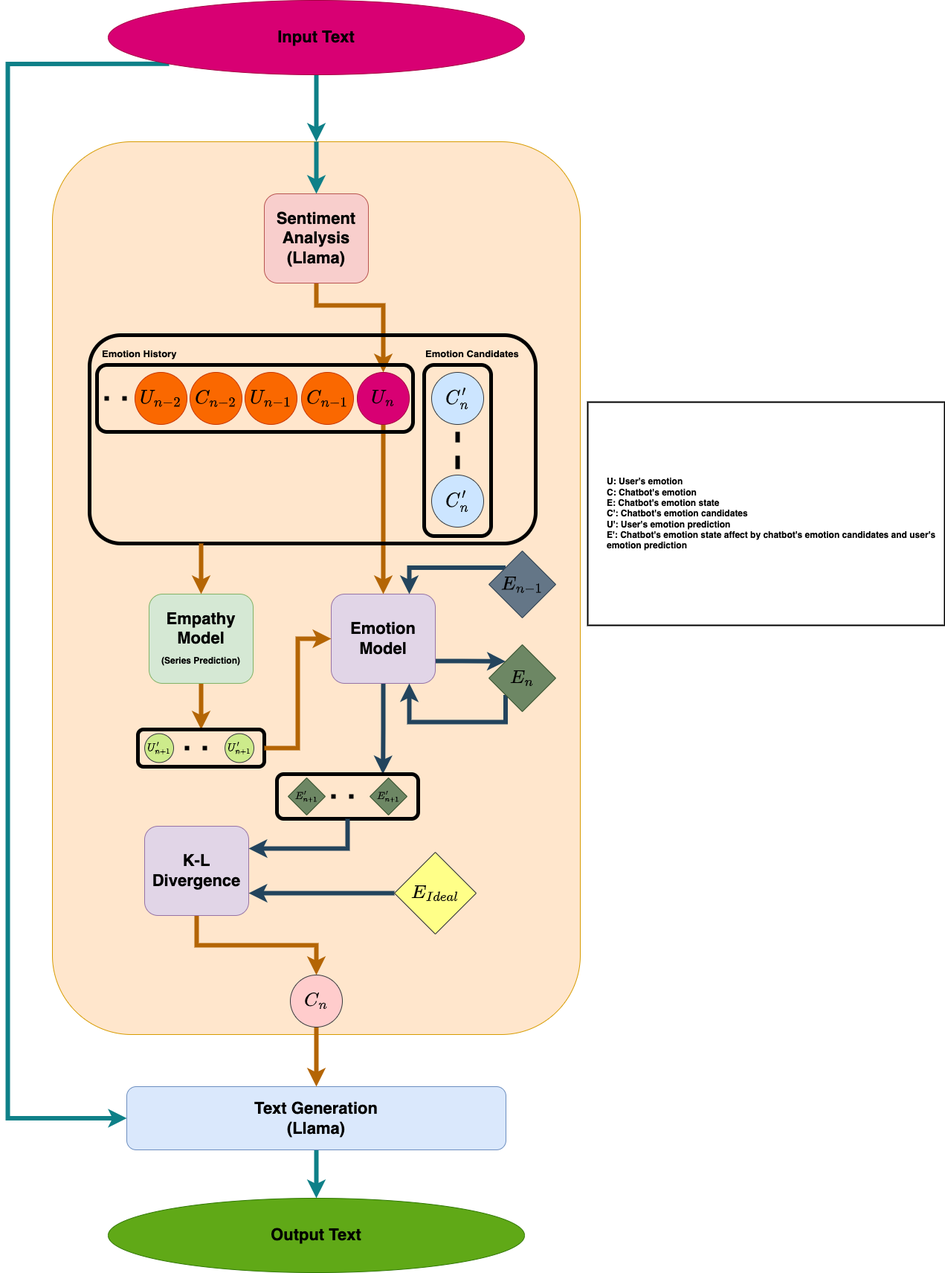
Before: Model_Architecture.png, a diagram exported from draw.io (hermeschen1116/emotion-chat-bot). Source tidied: cells renumbered, new cells last; positions are measured from the earlier drawing's top-left corner, leaving out a move shared by most shapes.
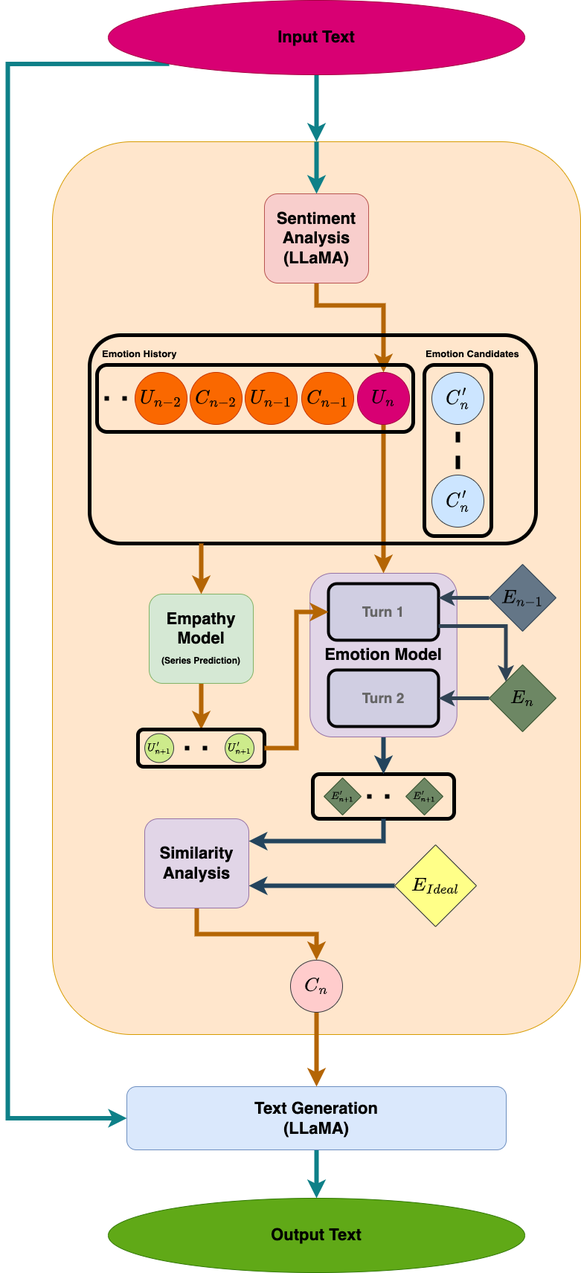
Above is the later version.

What changed in the source:
```diff
@@ -25,7 +25,7 @@
     <mxCell id="7" style="edgeStyle=orthogonalEdgeStyle;rounded=0;jettySize=auto;html=1;exitX=0.5;exitY=0;exitDx=0;exitDy=0;entryX=0.5;entryY=0;entryDx=0;entryDy=0;strokeColor=#0e8088;strokeWidth=6;fontColor=#000000;endArrow=classic;endFill=1;fillColor=#b0e3e6;" parent="1" edge="1" source="6" target="13">
       <mxGeometry relative="1" as="geometry" />
     </mxCell>
-    <mxCell id="8" value="Text Generation&lt;br style=&quot;font-size: 22px;&quot;&gt;(Llama)" style="rounded=1;whiteSpace=wrap;html=1;fontFamily=Helvetica;fillColor=#dae8fc;strokeColor=#6c8ebf;fontStyle=1;fontColor=#000000;fontSize=22;" parent="1" vertex="1">
+    <mxCell id="8" value="Text Generation&lt;br style=&quot;font-size: 22px;&quot;&gt;(LLaMA)" style="rounded=1;whiteSpace=wrap;html=1;fontFamily=Helvetica;fillColor=#dae8fc;strokeColor=#6c8ebf;fontStyle=1;fontColor=#000000;fontSize=22;" parent="1" vertex="1">
       <mxGeometry x="160" y="1460" width="510" height="85" as="geometry" />
     </mxCell>
     <mxCell id="9" value="Output Text" style="ellipse;whiteSpace=wrap;html=1;fontStyle=1;fontSize=22;fillColor=#60a917;strokeColor=#2D7600;fontColor=#000000;fontFamily=Helvetica;" parent="1" vertex="1">
@@ -45,23 +45,11 @@
         </Array>
       </mxGeometry>
     </mxCell>
-    <mxCell id="13" value="Sentiment&lt;br&gt;Analysis&lt;br&gt;(Llama)" style="rounded=1;whiteSpace=wrap;html=1;fillColor=#f8cecc;strokeColor=#b85450;fontSize=22;fontStyle=1;fontColor=#000000;" parent="1" vertex="1">
+    <mxCell id="13" value="Sentiment&lt;br&gt;Analysis&lt;br&gt;(LLaMA)" style="rounded=1;whiteSpace=wrap;html=1;fillColor=#f8cecc;strokeColor=#b85450;fontSize=22;fontStyle=1;fontColor=#000000;" parent="1" vertex="1">
       <mxGeometry x="345" y="260" width="140" height="120" as="geometry" />
     </mxCell>
-    <mxCell id="14" style="edgeStyle=orthogonalEdgeStyle;rounded=0;jettySize=auto;html=1;exitX=1;exitY=0.75;exitDx=0;exitDy=0;entryX=0;entryY=0;entryDx=0;entryDy=0;strokeColor=#23445d;strokeWidth=6;fontColor=#000000;endArrow=classic;endFill=1;fillColor=#bac8d3;" parent="1" edge="1" source="16" target="26">
-      <mxGeometry relative="1" as="geometry" />
-    </mxCell>
-    <mxCell id="15" style="edgeStyle=orthogonalEdgeStyle;rounded=0;jettySize=auto;html=1;exitX=0.5;exitY=1;exitDx=0;exitDy=0;entryX=0.75;entryY=0;entryDx=0;entryDy=0;strokeColor=#23445d;strokeWidth=6;fontColor=#000000;endArrow=classic;endFill=1;fillColor=#bac8d3;" parent="1" edge="1" source="16" target="30">
-      <mxGeometry relative="1" as="geometry" />
-    </mxCell>
-    <mxCell id="16" value="Emotion&lt;br&gt;Model" style="rounded=1;whiteSpace=wrap;html=1;fillColor=#e1d5e7;strokeColor=#9673a6;fontSize=22;fontStyle=1;fontColor=#000000;" parent="1" vertex="1">
-      <mxGeometry x="435" y="798" width="140" height="120" as="geometry" />
-    </mxCell>
-    <mxCell id="17" style="edgeStyle=orthogonalEdgeStyle;rounded=0;jettySize=auto;html=1;exitX=0;exitY=0;exitDx=0;exitDy=0;entryX=0.75;entryY=0;entryDx=0;entryDy=0;strokeColor=#23445d;strokeWidth=6;fontColor=#000000;endArrow=classic;endFill=1;fillColor=#bac8d3;" parent="1" edge="1" source="18" target="16">
-      <mxGeometry relative="1" as="geometry" />
-    </mxCell>
     <mxCell id="18" value="$$E_{n-1}$$" style="rhombus;whiteSpace=wrap;html=1;strokeColor=#314354;strokeWidth=1;fontSize=22;fontColor=#000000;fillColor=#647687;" parent="1" vertex="1">
-      <mxGeometry x="647" y="740" width="90" height="90" as="geometry" />
+      <mxGeometry x="647" y="758" width="90" height="90" as="geometry" />
     </mxCell>
     <mxCell id="19" style="edgeStyle=orthogonalEdgeStyle;rounded=0;jettySize=auto;html=1;exitX=0.5;exitY=1;exitDx=0;exitDy=0;entryX=0.5;entryY=0;entryDx=0;entryDy=0;strokeColor=#b46504;strokeWidth=6;fontSize=22;fontColor=#000000;fillColor=#fad7ac;" parent="1" edge="1" source="49" target="16">
       <mxGeometry relative="1" as="geometry" />
@@ -84,19 +72,11 @@
         <mxPoint x="106.8" y="25" as="targetPoint" />
       </mxGeometry>
     </mxCell>
-    <mxCell id="25" style="edgeStyle=orthogonalEdgeStyle;rounded=0;jettySize=auto;html=1;exitX=0;exitY=1;exitDx=0;exitDy=0;entryX=0.75;entryY=1;entryDx=0;entryDy=0;strokeColor=#23445d;strokeWidth=6;fontSize=12;fontColor=#000000;fillColor=#bac8d3;" parent="1" edge="1" source="26" target="16">
-      <mxGeometry relative="1" as="geometry">
-        <Array as="points">
-          <mxPoint x="670" y="970" />
-          <mxPoint x="540" y="970" />
-        </Array>
-      </mxGeometry>
-    </mxCell>
     <mxCell id="26" value="$$E_n$$" style="rhombus;whiteSpace=wrap;html=1;strokeColor=#3A5431;strokeWidth=1;fontSize=22;fontColor=#000000;fillColor=#6d8764;" parent="1" vertex="1">
-      <mxGeometry x="647" y="866" width="90" height="90" as="geometry" />
+      <mxGeometry x="647" y="893" width="90" height="90" as="geometry" />
     </mxCell>
     <mxCell id="27" style="group;" parent="1" vertex="1">
-      <mxGeometry x="362" y="1040" width="190" height="60" as="geometry" />
+      <mxGeometry x="410" y="1040" width="190" height="60" as="geometry" />
     </mxCell>
     <mxCell id="28" value="$$E_{n+1}'$$" style="rhombus;whiteSpace=wrap;html=1;strokeColor=#3A5431;strokeWidth=1;fontSize=12;fontColor=#000000;fillColor=#6d8764;" parent="27" vertex="1">
       <mxGeometry x="15" y="5" width="50" height="50" as="geometry" />
@@ -117,23 +97,20 @@
       <mxGeometry relative="1" as="geometry" />
     </mxCell>
     <mxCell id="33" value="$$E_{Ideal}&lt;br&gt;$$" style="rhombus;whiteSpace=wrap;html=1;strokeColor=#36393d;strokeWidth=1;fontSize=22;fillColor=#ffff88;fontColor=#000000;" parent="1" vertex="1">
-      <mxGeometry x="520" y="1145" width="110" height="110" as="geometry" />
+      <mxGeometry x="520" y="1135" width="110" height="110" as="geometry" />
     </mxCell>
     <mxCell id="34" style="edgeStyle=orthogonalEdgeStyle;rounded=0;jettySize=auto;html=1;exitX=0.5;exitY=1;exitDx=0;exitDy=0;entryX=0.5;entryY=0;entryDx=0;entryDy=0;strokeColor=#b46504;strokeWidth=6;fontSize=12;fontColor=#000000;fillColor=#fad7ac;" parent="1" edge="1" source="35" target="37">
       <mxGeometry relative="1" as="geometry" />
     </mxCell>
-    <mxCell id="35" value="K-L&lt;br&gt;Divergence" style="rounded=1;whiteSpace=wrap;html=1;fillColor=#e1d5e7;strokeColor=#9673a6;fontSize=22;fontStyle=1;fontColor=#000000;" parent="1" vertex="1">
-      <mxGeometry x="184" y="1110" width="140" height="120" as="geometry" />
+    <mxCell id="35" value="Similarity&lt;br&gt;Analysis" style="rounded=1;whiteSpace=wrap;html=1;fillColor=#e1d5e7;strokeColor=#9673a6;fontSize=22;fontStyle=1;fontColor=#000000;" parent="1" vertex="1">
+      <mxGeometry x="184" y="1100" width="140" height="120" as="geometry" />
     </mxCell>
     <mxCell id="36" style="edgeStyle=orthogonalEdgeStyle;rounded=0;jettySize=auto;html=1;exitX=0.5;exitY=1;exitDx=0;exitDy=0;strokeColor=#b46504;strokeWidth=6;fontSize=12;fontColor=#000000;fillColor=#fad7ac;" parent="1" edge="1" source="37" target="8">
       <mxGeometry relative="1" as="geometry" />
     </mxCell>
     <mxCell id="37" value="$$C_&lt;br&gt;n$$" style="ellipse;whiteSpace=wrap;html=1;fontSize=22;fillColor=#ffcccc;strokeColor=#36393d;fontStyle=1;flipH=1;fontColor=#000000;" parent="1" vertex="1">
-      <mxGeometry x="380" y="1310" width="70" height="70" as="geometry" />
+      <mxGeometry x="380" y="1290" width="70" height="70" as="geometry" />
     </mxCell>
-    <mxCell id="38" value="&lt;font style=&quot;font-size: 12px;&quot;&gt;&lt;b style=&quot;font-size: 12px;&quot;&gt;U&lt;/b&gt;&lt;/font&gt;&lt;b style=&quot;font-size: 12px;&quot;&gt;: User's emotion&lt;/b&gt;&lt;br style=&quot;font-size: 12px;&quot;&gt;&lt;div style=&quot;font-size: 12px;&quot;&gt;&lt;span style=&quot;font-size: 12px;&quot;&gt;&lt;b style=&quot;font-size: 12px;&quot;&gt;C: Chatbot's emotion&lt;/b&gt;&lt;/span&gt;&lt;/div&gt;&lt;div style=&quot;font-size: 12px;&quot;&gt;&lt;span style=&quot;font-size: 12px;&quot;&gt;&lt;b style=&quot;font-size: 12px;&quot;&gt;E: Chatbot's emotion state&lt;/b&gt;&lt;/span&gt;&lt;/div&gt;&lt;div style=&quot;font-size: 12px;&quot;&gt;&lt;span style=&quot;font-size: 12px;&quot;&gt;&lt;b style=&quot;font-size: 12px;&quot;&gt;C': Chatbot's emotion candidates&lt;/b&gt;&lt;/span&gt;&lt;/div&gt;&lt;div style=&quot;font-size: 12px;&quot;&gt;&lt;span style=&quot;font-size: 12px;&quot;&gt;&lt;b style=&quot;font-size: 12px;&quot;&gt;U': User's emotion prediction&lt;/b&gt;&lt;/span&gt;&lt;/div&gt;&lt;div style=&quot;font-size: 12px;&quot;&gt;&lt;span style=&quot;font-size: 12px;&quot;&gt;&lt;b style=&quot;font-size: 12px;&quot;&gt;E': Chatbot's emotion state affect by chatbot's emotion candidates and user's emotion prediction&lt;/b&gt;&lt;/span&gt;&lt;/div&gt;" style="rounded=0;whiteSpace=wrap;html=1;strokeColor=#000000;strokeWidth=2;fontSize=12;fontColor=#000000;fillColor=#FFFFFF;align=left;spacingLeft=24;" parent="1" vertex="1">
-      <mxGeometry x="780" y="540" width="480" height="300" as="geometry" />
-    </mxCell>
     <mxCell id="39" style="group;" parent="1" vertex="1">
       <mxGeometry x="110" y="450" width="650" height="280" as="geometry" />
     </mxCell>
@@ -197,11 +174,35 @@
     <mxCell id="57" style="edgeStyle=orthogonalEdgeStyle;rounded=0;jettySize=auto;html=1;exitX=0.25;exitY=1;exitDx=0;exitDy=0;entryX=0.5;entryY=0;entryDx=0;entryDy=0;strokeColor=#b46504;strokeWidth=6;fontColor=#000000;endArrow=classic;endFill=1;fillColor=#fad7ac;" parent="1" edge="1" source="40" target="11">
       <mxGeometry relative="1" as="geometry" />
     </mxCell>
+    <mxCell id="59" style="edgeStyle=orthogonalEdgeStyle;rounded=0;jettySize=auto;html=1;exitX=0.5;exitY=1;exitDx=0;exitDy=0;entryX=1;entryY=0.25;entryDx=0;entryDy=0;strokeColor=#23445d;strokeWidth=6;fontColor=#000000;endArrow=classic;endFill=1;fillColor=#bac8d3;" parent="1" edge="1" source="30" target="35">
+      <mxGeometry relative="1" as="geometry" />
+    </mxCell>
+    <mxCell id="15" style="edgeStyle=orthogonalEdgeStyle;rounded=0;jettySize=auto;html=1;exitX=0.5;exitY=1;exitDx=0;exitDy=0;strokeColor=#23445d;strokeWidth=6;fontColor=#000000;endArrow=classic;endFill=1;fillColor=#bac8d3;" parent="1" edge="1" source="62" target="30">
+      <mxGeometry relative="1" as="geometry" />
+    </mxCell>
+    <mxCell id="60" style="group;" parent="1" vertex="1">
+      <mxGeometry x="406.2" y="770" width="197.5" height="220" as="geometry" />
+    </mxCell>
+    <mxCell id="16" value="Emotion Model" style="rounded=1;whiteSpace=wrap;html=1;fillColor=#e1d5e7;strokeColor=#9673a6;fontSize=22;fontStyle=1;fontColor=#000000;" parent="60" vertex="1">
+      <mxGeometry width="197.5" height="220" as="geometry" />
+    </mxCell>
+    <mxCell id="61" value="Turn 1" style="rounded=1;whiteSpace=wrap;html=1;fillColor=#d0cee2;strokeColor=#000000;strokeWidth=4;fontStyle=1;fontSize=19;fontColor=#666666;" parent="60" vertex="1">
+      <mxGeometry x="24.8" y="14" width="148" height="76" as="geometry" />
+    </mxCell>
+    <mxCell id="62" value="&lt;span style=&quot;font-size: 19px; font-weight: 700;&quot;&gt;Turn 2&lt;/span&gt;" style="rounded=1;whiteSpace=wrap;html=1;fillColor=#d0cee2;strokeColor=#000000;strokeWidth=4;fontColor=#666666;" parent="60" vertex="1">
+      <mxGeometry x="24.8" y="130" width="148" height="76" as="geometry" />
+    </mxCell>
+    <mxCell id="63" style="edgeStyle=orthogonalEdgeStyle;rounded=0;jettySize=auto;html=1;exitX=0;exitY=0.5;exitDx=0;exitDy=0;entryX=1;entryY=0.5;entryDx=0;entryDy=0;strokeWidth=5;fillColor=#647687;strokeColor=#314354;" parent="1" edge="1" source="26" target="62">
+      <mxGeometry relative="1" as="geometry" />
+    </mxCell>
+    <mxCell id="64" style="edgeStyle=orthogonalEdgeStyle;rounded=0;jettySize=auto;html=1;exitX=0;exitY=0.5;exitDx=0;exitDy=0;entryX=1;entryY=0.25;entryDx=0;entryDy=0;strokeWidth=5;fillColor=#647687;strokeColor=#314354;" parent="1" edge="1" source="18" target="61">
+      <mxGeometry relative="1" as="geometry" />
+    </mxCell>
+    <mxCell id="65" style="edgeStyle=orthogonalEdgeStyle;rounded=0;jettySize=auto;html=1;exitX=1;exitY=0.75;exitDx=0;exitDy=0;entryX=0;entryY=0;entryDx=0;entryDy=0;strokeWidth=5;fillColor=#647687;strokeColor=#314354;" parent="1" edge="1" source="61" target="26">
+      <mxGeometry relative="1" as="geometry" />
+    </mxCell>
-    <mxCell id="58" style="edgeStyle=orthogonalEdgeStyle;rounded=0;jettySize=auto;html=1;exitX=1;exitY=0.5;exitDx=0;exitDy=0;entryX=0;entryY=0.5;entryDx=0;entryDy=0;strokeColor=#b46504;strokeWidth=6;fontColor=#000000;endArrow=classic;endFill=1;fillColor=#fad7ac;" parent="1" edge="1" source="21" target="16">
+    <mxCell id="58" style="edgeStyle=orthogonalEdgeStyle;rounded=0;jettySize=auto;html=1;exitX=1;exitY=0.5;exitDx=0;exitDy=0;entryX=0;entryY=0.5;entryDx=0;entryDy=0;strokeColor=#b46504;strokeWidth=6;fontColor=#000000;endArrow=classic;endFill=1;fillColor=#fad7ac;" parent="1" edge="1" source="21" target="61">
       <mxGeometry relative="1" as="geometry" />
     </mxCell>
-    <mxCell id="59" style="edgeStyle=orthogonalEdgeStyle;rounded=0;jettySize=auto;html=1;exitX=0.5;exitY=1;exitDx=0;exitDy=0;entryX=1;entryY=0.25;entryDx=0;entryDy=0;strokeColor=#23445d;strokeWidth=6;fontColor=#000000;endArrow=classic;endFill=1;fillColor=#bac8d3;" parent="1" edge="1" source="30" target="35">
-      <mxGeometry relative="1" as="geometry" />
-    </mxCell>
   </root>
 </mxGraphModel>
```
